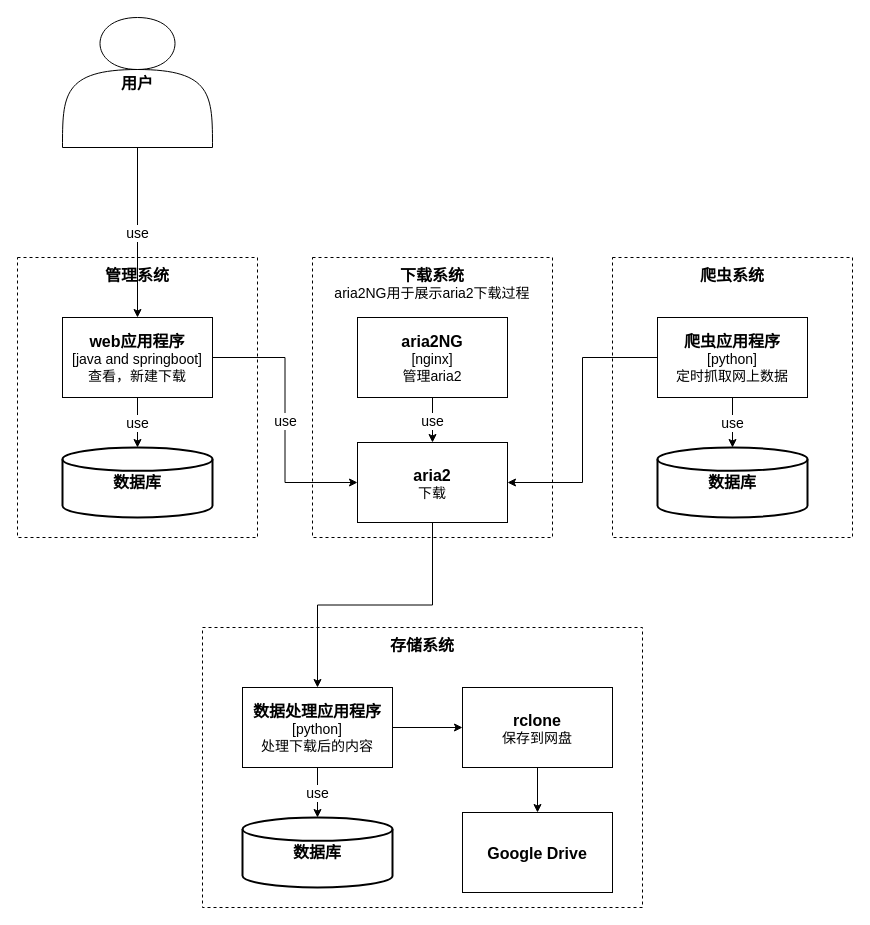
cui2000/uml keeps this draw.io diagram as 下载管理系统/下载管理系统容器.drawio. Above is the earlier version. Source tidied: cells renumbered, new cells numbered last; positions are measured from the earlier drawing's top-left corner, leaving out a move shared by most shapes. Both pictures are drawn from the tidied source at 100%, with x=0, y=0 at pixel (17, 17).
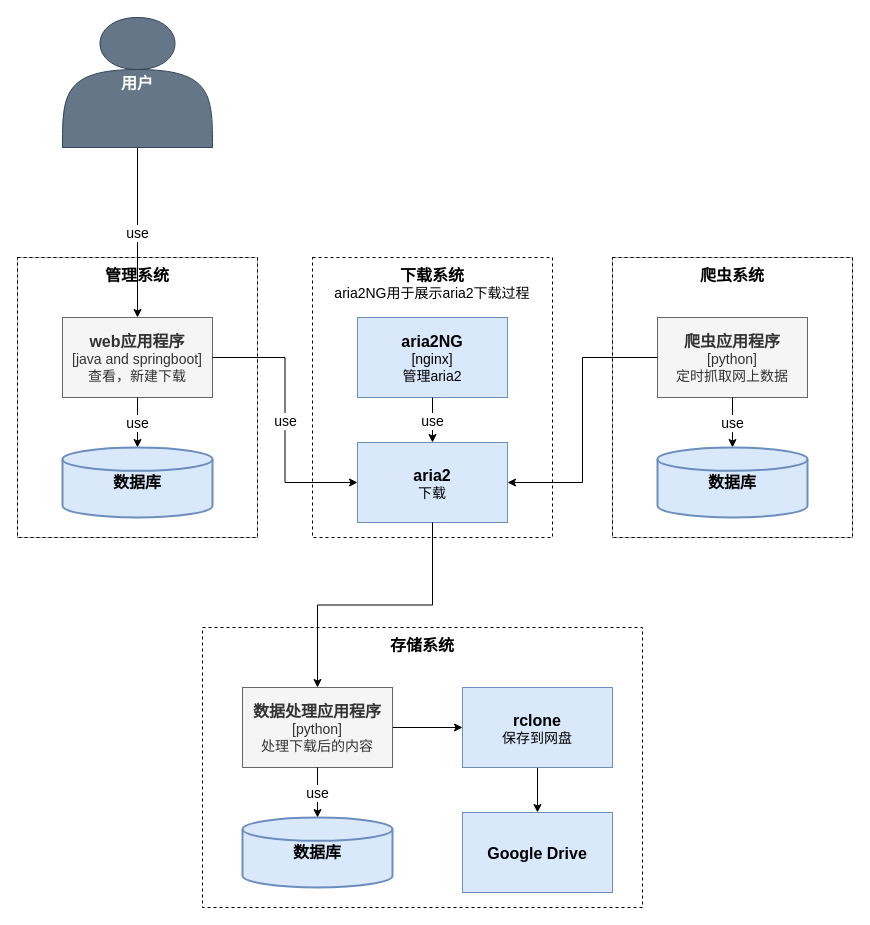
The same diagram, later.

Commit message:
更新下载管理系统容器.drawio

The change refers to these unchanged cells:
```xml
<mxCell id="2" style="group;spacingTop=2;" parent="1" vertex="1">
  <mxGeometry x="295" y="240" width="240" height="280" as="geometry" />
</mxCell>
<mxCell id="20" style="group;spacingTop=2;verticalAlign=middle;fontSize=16;fontStyle=1;" parent="1" vertex="1">
  <mxGeometry x="185" y="610" width="440" height="280" as="geometry" />
</mxCell>
```

The edit, as a diff of the source:
```diff
@@
-    <mxCell id="4" value="&lt;font&gt;&lt;b&gt;&lt;font style=&quot;font-size: 16px&quot;&gt;aria2NG&lt;/font&gt;&lt;/b&gt;&lt;br&gt;[nginx]&lt;br&gt;管理aria2&lt;br&gt;&lt;/font&gt;" style="rounded=0;whiteSpace=wrap;html=1;verticalAlign=middle;fontSize=14;spacingTop=2;" parent="2" vertex="1">
+    <mxCell id="4" value="&lt;font&gt;&lt;b&gt;&lt;font style=&quot;font-size: 16px&quot;&gt;aria2NG&lt;/font&gt;&lt;/b&gt;&lt;br&gt;[nginx]&lt;br&gt;管理aria2&lt;br&gt;&lt;/font&gt;" style="rounded=0;whiteSpace=wrap;html=1;verticalAlign=middle;fontSize=14;spacingTop=2;fillColor=#dae8fc;strokeColor=#6c8ebf;" parent="2" vertex="1">
       <mxGeometry x="45" y="60" width="150" height="80" as="geometry" />
     </mxCell>
-    <mxCell id="5" value="&lt;font style=&quot;font-size: 16px&quot;&gt;&lt;b&gt;aria2&lt;br&gt;&lt;/b&gt;&lt;/font&gt;下载" style="rounded=0;whiteSpace=wrap;html=1;verticalAlign=middle;fontSize=14;spacingTop=2;" parent="2" vertex="1">
+    <mxCell id="5" value="&lt;font style=&quot;font-size: 16px&quot;&gt;&lt;b&gt;aria2&lt;br&gt;&lt;/b&gt;&lt;/font&gt;下载" style="rounded=0;whiteSpace=wrap;html=1;verticalAlign=middle;fontSize=14;spacingTop=2;fillColor=#dae8fc;strokeColor=#6c8ebf;" parent="2" vertex="1">
       <mxGeometry x="45" y="185" width="150" height="80" as="geometry" />
     </mxCell>
@@
-    <mxCell id="7" style="group;spacingTop=2;verticalAlign=middle;fontSize=16;fontStyle=1;" parent="1" vertex="1">
+    <mxCell id="7" style="group;spacingTop=2;verticalAlign=middle;fontSize=16;fontStyle=1;fillColor=#f5f5f5;strokeColor=#666666;fontColor=#333333;" parent="1" vertex="1">
       <mxGeometry y="240" width="240" height="280" as="geometry" />
     </mxCell>
@@
-    <mxCell id="9" value="&lt;font&gt;&lt;span style=&quot;font-size: 16px&quot;&gt;&lt;b&gt;web应用程序&lt;/b&gt;&lt;/span&gt;&lt;br&gt;[java and springboot]&lt;br&gt;查看，新建下载&lt;br&gt;&lt;/font&gt;" style="rounded=0;whiteSpace=wrap;html=1;verticalAlign=middle;fontSize=14;spacingTop=2;" parent="7" vertex="1">
+    <mxCell id="9" value="&lt;font&gt;&lt;span style=&quot;font-size: 16px&quot;&gt;&lt;b&gt;web应用程序&lt;/b&gt;&lt;/span&gt;&lt;br&gt;[java and springboot]&lt;br&gt;查看，新建下载&lt;br&gt;&lt;/font&gt;" style="rounded=0;whiteSpace=wrap;html=1;verticalAlign=middle;fontSize=14;spacingTop=2;fillColor=#f5f5f5;strokeColor=#666666;fontColor=#333333;" parent="7" vertex="1">
       <mxGeometry x="45" y="60" width="150" height="80" as="geometry" />
     </mxCell>
@@
-    <mxCell id="11" value="数据库" style="strokeWidth=2;html=1;shape=mxgraph.flowchart.database;whiteSpace=wrap;fontSize=16;fontStyle=1;" parent="7" vertex="1">
+    <mxCell id="11" value="数据库" style="strokeWidth=2;html=1;shape=mxgraph.flowchart.database;whiteSpace=wrap;fontSize=16;fontStyle=1;fillColor=#dae8fc;strokeColor=#6c8ebf;" parent="7" vertex="1">
       <mxGeometry x="45" y="190" width="150" height="70" as="geometry" />
     </mxCell>
@@
-    <mxCell id="13" value="&lt;font style=&quot;font-size: 16px&quot;&gt;&lt;b&gt;用户&lt;/b&gt;&lt;br&gt;&lt;/font&gt;" style="shape=actor;whiteSpace=wrap;html=1;verticalAlign=middle;spacingTop=2;" parent="1" vertex="1">
+    <mxCell id="13" value="&lt;font style=&quot;font-size: 16px&quot;&gt;&lt;b&gt;用户&lt;/b&gt;&lt;br&gt;&lt;/font&gt;" style="shape=actor;whiteSpace=wrap;html=1;verticalAlign=middle;spacingTop=2;fillColor=#647687;strokeColor=#314354;fontColor=#ffffff;" parent="1" vertex="1">
       <mxGeometry x="45" width="150" height="130" as="geometry" />
     </mxCell>
@@
-    <mxCell id="15" style="group;spacingTop=2;verticalAlign=middle;fontSize=16;fontStyle=1;" parent="1" vertex="1">
+    <mxCell id="15" style="group;spacingTop=2;verticalAlign=middle;fontSize=16;fontStyle=1;fillColor=#f5f5f5;strokeColor=#666666;fontColor=#333333;" parent="1" vertex="1">
       <mxGeometry x="595" y="240" width="240" height="280" as="geometry" />
     </mxCell>
@@
-    <mxCell id="17" value="&lt;font&gt;&lt;span style=&quot;font-size: 16px&quot;&gt;&lt;b&gt;爬虫应用程序&lt;/b&gt;&lt;/span&gt;&lt;br&gt;[python]&lt;br&gt;定时抓取网上数据&lt;br&gt;&lt;/font&gt;" style="rounded=0;whiteSpace=wrap;html=1;verticalAlign=middle;fontSize=14;spacingTop=2;" parent="15" vertex="1">
+    <mxCell id="17" value="&lt;font&gt;&lt;span style=&quot;font-size: 16px&quot;&gt;&lt;b&gt;爬虫应用程序&lt;/b&gt;&lt;/span&gt;&lt;br&gt;[python]&lt;br&gt;定时抓取网上数据&lt;br&gt;&lt;/font&gt;" style="rounded=0;whiteSpace=wrap;html=1;verticalAlign=middle;fontSize=14;spacingTop=2;fillColor=#f5f5f5;strokeColor=#666666;fontColor=#333333;" parent="15" vertex="1">
       <mxGeometry x="45" y="60" width="150" height="80" as="geometry" />
     </mxCell>
@@
-    <mxCell id="19" value="数据库" style="strokeWidth=2;html=1;shape=mxgraph.flowchart.database;whiteSpace=wrap;fontSize=16;fontStyle=1;" parent="15" vertex="1">
+    <mxCell id="19" value="数据库" style="strokeWidth=2;html=1;shape=mxgraph.flowchart.database;whiteSpace=wrap;fontSize=16;fontStyle=1;fillColor=#dae8fc;strokeColor=#6c8ebf;" parent="15" vertex="1">
       <mxGeometry x="45" y="190" width="150" height="70" as="geometry" />
     </mxCell>
@@
-    <mxCell id="23" value="&lt;font&gt;&lt;span style=&quot;font-size: 16px&quot;&gt;&lt;b&gt;数据处理应用程序&lt;/b&gt;&lt;/span&gt;&lt;br&gt;[python]&lt;br&gt;处理下载后的内容&lt;br&gt;&lt;/font&gt;" style="rounded=0;whiteSpace=wrap;html=1;verticalAlign=middle;fontSize=14;spacingTop=2;" parent="20" vertex="1">
+    <mxCell id="23" value="&lt;font&gt;&lt;span style=&quot;font-size: 16px&quot;&gt;&lt;b&gt;数据处理应用程序&lt;/b&gt;&lt;/span&gt;&lt;br&gt;[python]&lt;br&gt;处理下载后的内容&lt;br&gt;&lt;/font&gt;" style="rounded=0;whiteSpace=wrap;html=1;verticalAlign=middle;fontSize=14;spacingTop=2;fillColor=#f5f5f5;strokeColor=#666666;fontColor=#333333;" parent="20" vertex="1">
       <mxGeometry x="40" y="60" width="150" height="80" as="geometry" />
     </mxCell>
@@
-    <mxCell id="25" value="数据库" style="strokeWidth=2;html=1;shape=mxgraph.flowchart.database;whiteSpace=wrap;fontSize=16;fontStyle=1;" parent="20" vertex="1">
+    <mxCell id="25" value="数据库" style="strokeWidth=2;html=1;shape=mxgraph.flowchart.database;whiteSpace=wrap;fontSize=16;fontStyle=1;fillColor=#dae8fc;strokeColor=#6c8ebf;" parent="20" vertex="1">
       <mxGeometry x="40" y="190" width="150" height="70" as="geometry" />
     </mxCell>
@@
-    <mxCell id="27" value="&lt;font&gt;&lt;span style=&quot;font-size: 16px&quot;&gt;&lt;b&gt;rclone&lt;br&gt;&lt;/b&gt;&lt;/span&gt;保存到网盘&lt;br&gt;&lt;/font&gt;" style="rounded=0;whiteSpace=wrap;html=1;verticalAlign=middle;fontSize=14;spacingTop=2;" parent="20" vertex="1">
+    <mxCell id="27" value="&lt;font&gt;&lt;span style=&quot;font-size: 16px&quot;&gt;&lt;b&gt;rclone&lt;br&gt;&lt;/b&gt;&lt;/span&gt;保存到网盘&lt;br&gt;&lt;/font&gt;" style="rounded=0;whiteSpace=wrap;html=1;verticalAlign=middle;fontSize=14;spacingTop=2;fillColor=#dae8fc;strokeColor=#6c8ebf;" parent="20" vertex="1">
       <mxGeometry x="260" y="60" width="150" height="80" as="geometry" />
     </mxCell>
-    <mxCell id="28" value="&lt;font&gt;&lt;span style=&quot;font-size: 16px&quot;&gt;&lt;b&gt;Google&amp;nbsp;Drive&lt;/b&gt;&lt;/span&gt;&lt;br&gt;&lt;/font&gt;" style="rounded=0;whiteSpace=wrap;html=1;verticalAlign=middle;fontSize=14;spacingTop=2;" parent="20" vertex="1">
+    <mxCell id="28" value="&lt;font&gt;&lt;span style=&quot;font-size: 16px&quot;&gt;&lt;b&gt;Google&amp;nbsp;Drive&lt;/b&gt;&lt;/span&gt;&lt;br&gt;&lt;/font&gt;" style="rounded=0;whiteSpace=wrap;html=1;verticalAlign=middle;fontSize=14;spacingTop=2;fillColor=#dae8fc;strokeColor=#6c8ebf;" parent="20" vertex="1">
       <mxGeometry x="260" y="185" width="150" height="80" as="geometry" />
     </mxCell>
```
